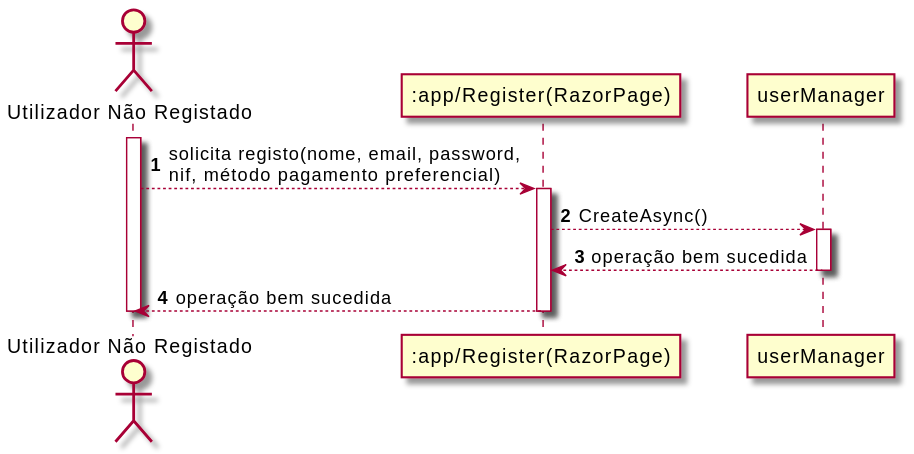
Earlier version of the PlantUML export Documentos/Sprint4/UC1/UC1_SD.svg (UPskillDOTNET/Jakim-das-Coives-S.A.). Source of this version:
```plantuml
@startuml
autonumber
actor "Utilizador Não Registado" as UNR
participant ":app/Register(RazorPage)" as R
participant "userManager" as UM

activate UNR

UNR --> R : solicita registo(nome, email, password,\nnif, método pagamento preferencial)
activate R

R --> UM : CreateAsync()
activate UM

UM --> R : operação bem sucedida
deactivate UM

R --> UNR : operação bem sucedida
deactivate R
deactivate UNR
@enduml
```
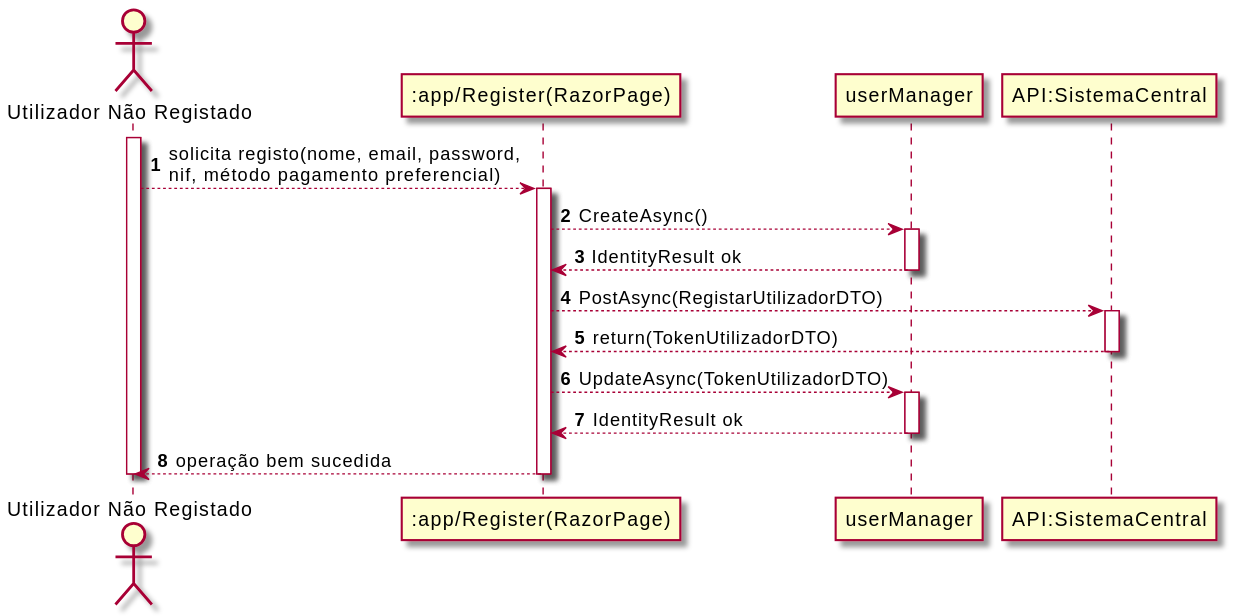
The same file after the commit.

What changed in the source:
```diff
@@ -3,6 +3,7 @@
 actor "Utilizador Não Registado" as UNR
 participant ":app/Register(RazorPage)" as R
 participant "userManager" as UM
+participant "API:SistemaCentral" as API
 
 activate UNR
 
@@ -12,7 +13,19 @@
 R --> UM : CreateAsync()
 activate UM
 
-UM --> R : operação bem sucedida
+UM --> R : IdentityResult ok
+deactivate UM
+
+R --> API: PostAsync(RegistarUtilizadorDTO)
+activate API
+
+API --> R: return(TokenUtilizadorDTO)
+deactivate API
+
+R --> UM : UpdateAsync(TokenUtilizadorDTO)
+activate UM
+
+UM --> R : IdentityResult ok
 deactivate UM
 
 R --> UNR : operação bem sucedida
```
